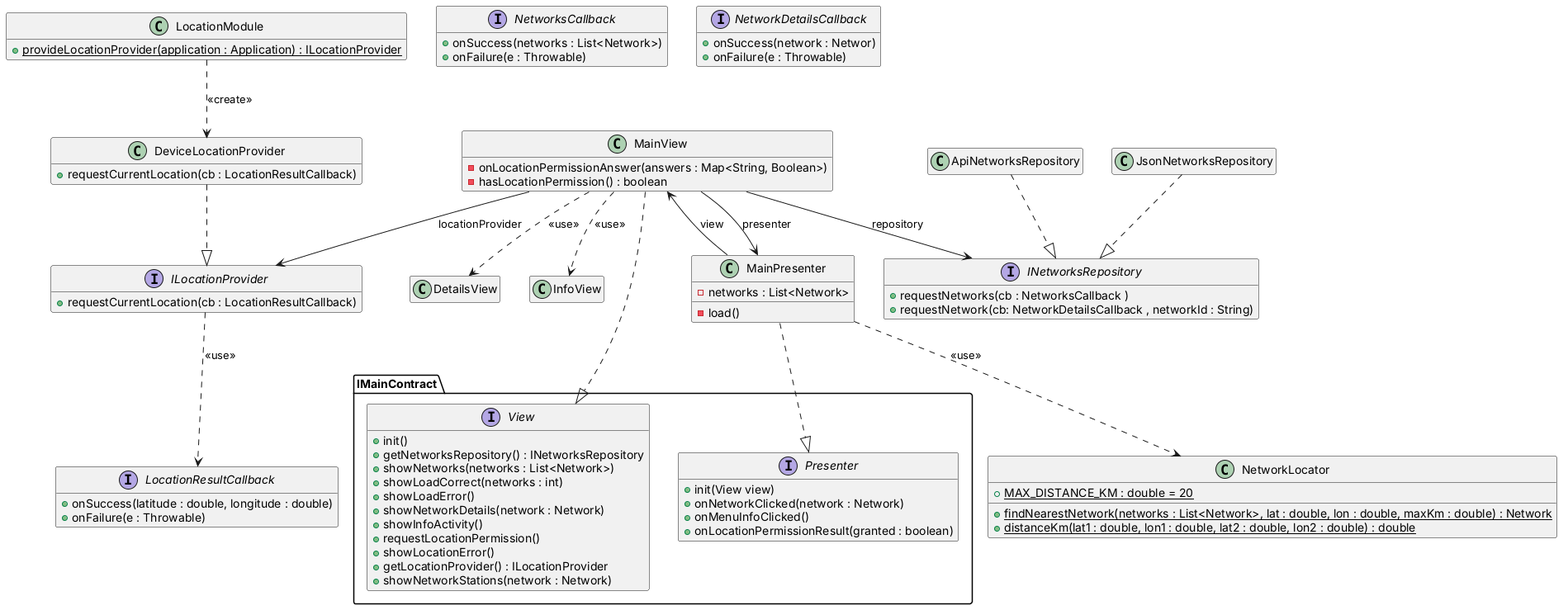
The PlantUML diagram Docs/Models/architecture.png in isunican/App-Bicis-Grupo3, before a commit.
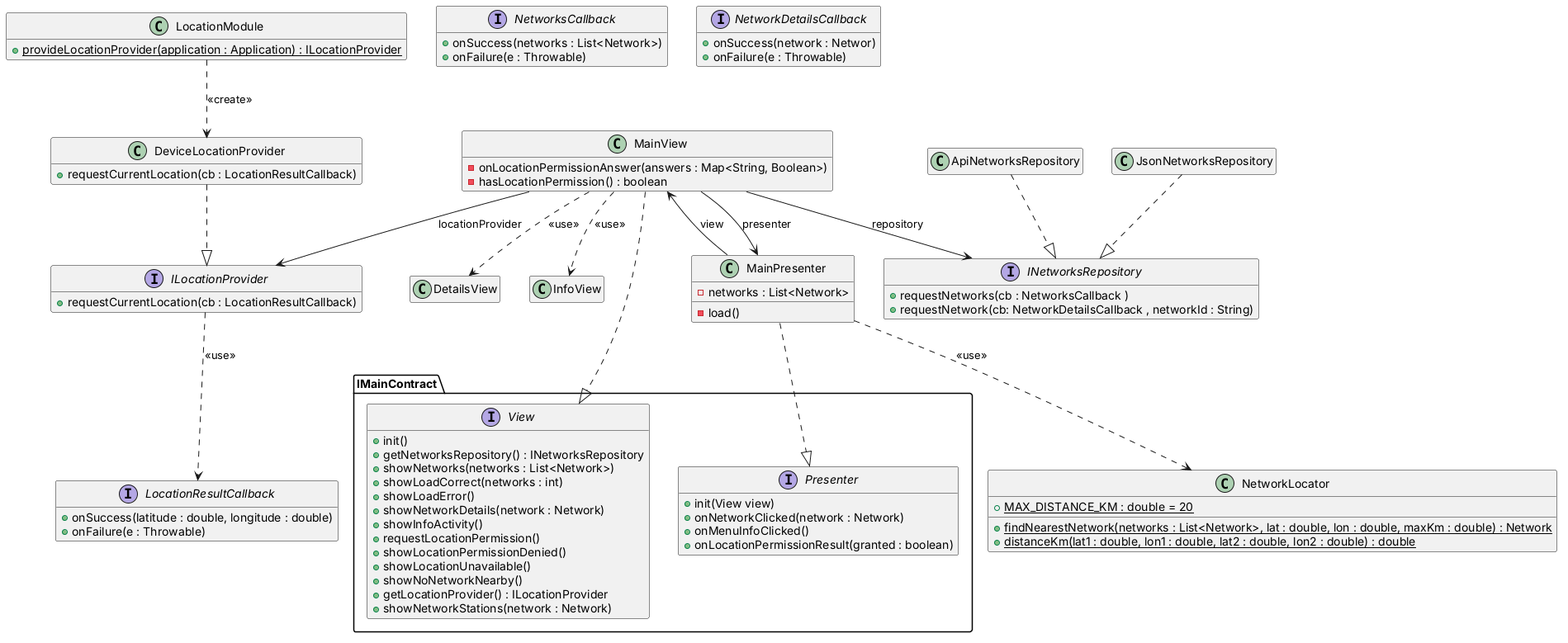
The same diagram one commit later.

Commit message:
Plan de pruebas con los nuevos AC y diagrama de arquitectura actualizado

Diff of the diagram source:
```diff
@@ -56,7 +56,9 @@
     + showNetworkDetails(network : Network)
     + showInfoActivity()
     + requestLocationPermission()
-    + showLocationError()
+    + showLocationPermissionDenied()
+    + showLocationUnavailable()
+    + showNoNetworkNearby()
     + getLocationProvider() : ILocationProvider
     + showNetworkStations(network : Network)
 }
```
